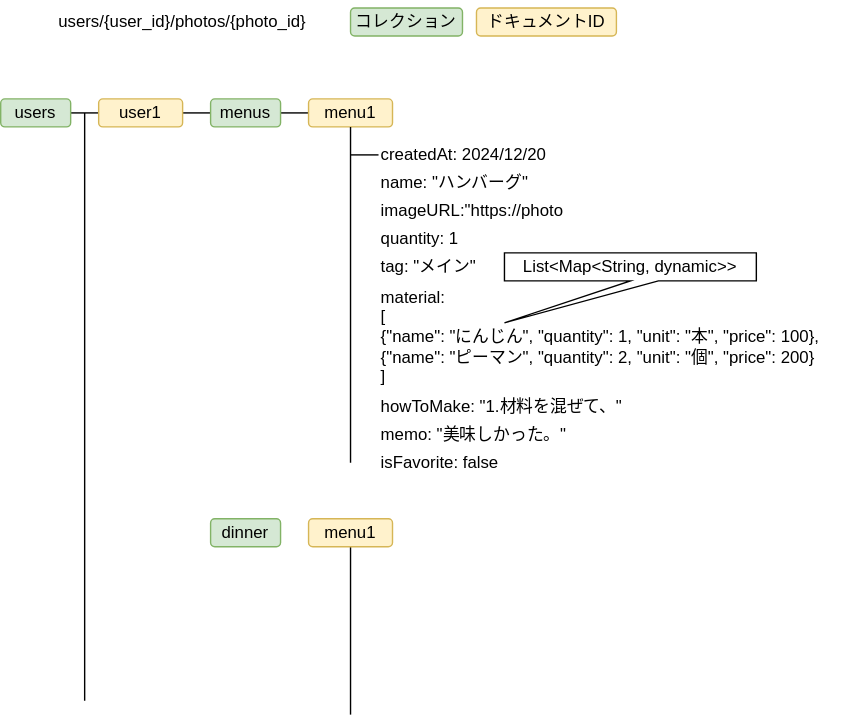
maki1125/menu keeps this draw.io diagram as DB.drawio.svg. Above is the earlier version. Source tidied: cells renumbered, new cells last; positions are measured from the earlier drawing's top-left corner, leaving out a move shared by most shapes.
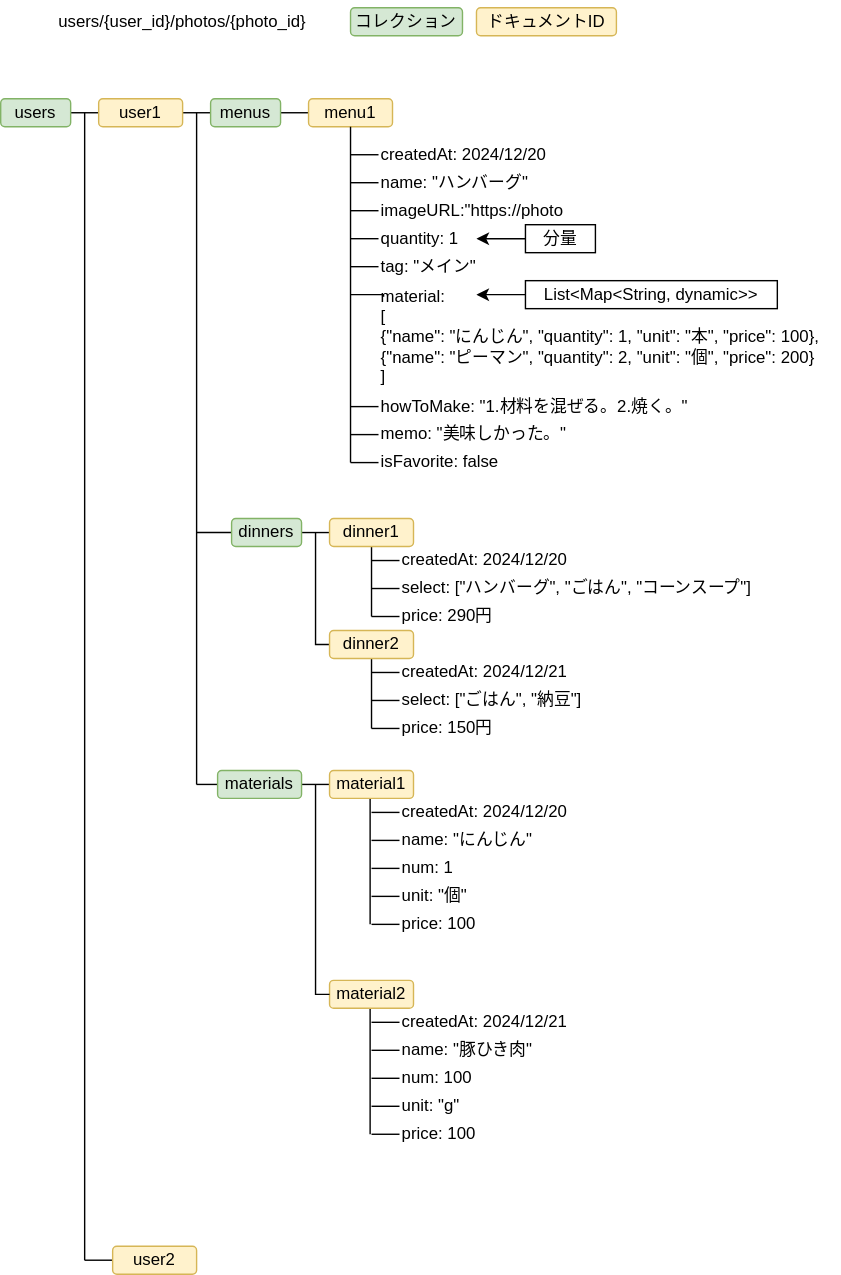
After the commit.

Commit message:
DB.drawio.svg を更新します

Diff of the diagram source:
```diff
@@ -28,3 +28,3 @@
       <mxGeometry relative="1" as="geometry">
-        <mxPoint x="60" y="500" as="sourcePoint" />
+        <mxPoint x="60" y="900" as="sourcePoint" />
         <mxPoint x="60" y="80" as="targetPoint" />
@@ -49,2 +49,7 @@
     </mxCell>
+    <mxCell id="29" style="edgeStyle=orthogonalEdgeStyle;rounded=0;jettySize=auto;html=1;exitX=0;exitY=0.5;exitDx=0;exitDy=0;endArrow=none;endFill=0;" parent="1" edge="1" source="14">
+      <mxGeometry relative="1" as="geometry">
+        <mxPoint x="250" y="150" as="targetPoint" />
+      </mxGeometry>
+    </mxCell>
     <mxCell id="14" value="imageURL:&quot;https://photo" style="text;html=1;align=left;verticalAlign=middle;whiteSpace=wrap;rounded=0;" parent="1" vertex="1">
@@ -52,2 +57,7 @@
     </mxCell>
+    <mxCell id="30" style="edgeStyle=orthogonalEdgeStyle;rounded=0;jettySize=auto;html=1;exitX=0;exitY=0.5;exitDx=0;exitDy=0;endArrow=none;endFill=0;" parent="1" edge="1" source="15">
+      <mxGeometry relative="1" as="geometry">
+        <mxPoint x="250" y="330" as="targetPoint" />
+      </mxGeometry>
+    </mxCell>
     <mxCell id="15" value="isFavorite: false" style="text;html=1;align=left;verticalAlign=middle;whiteSpace=wrap;rounded=0;" parent="1" vertex="1">
@@ -61,2 +71,7 @@
     </mxCell>
+    <mxCell id="31" style="edgeStyle=orthogonalEdgeStyle;rounded=0;jettySize=auto;html=1;exitX=0;exitY=0.5;exitDx=0;exitDy=0;endArrow=none;endFill=0;" parent="1" edge="1" source="18">
+      <mxGeometry relative="1" as="geometry">
+        <mxPoint x="250" y="130" as="targetPoint" />
+      </mxGeometry>
+    </mxCell>
     <mxCell id="18" value="name: &quot;ハンバーグ&quot;" style="text;html=1;align=left;verticalAlign=middle;whiteSpace=wrap;rounded=0;" parent="1" vertex="1">
@@ -64,2 +79,7 @@
     </mxCell>
+    <mxCell id="32" style="edgeStyle=orthogonalEdgeStyle;rounded=0;jettySize=auto;html=1;exitX=0;exitY=0.5;exitDx=0;exitDy=0;endArrow=none;endFill=0;" parent="1" edge="1" source="19">
+      <mxGeometry relative="1" as="geometry">
+        <mxPoint x="250" y="170" as="targetPoint" />
+      </mxGeometry>
+    </mxCell>
     <mxCell id="19" value="quantity: 1" style="text;html=1;align=left;verticalAlign=middle;whiteSpace=wrap;rounded=0;" parent="1" vertex="1">
@@ -67,2 +87,7 @@
     </mxCell>
+    <mxCell id="33" style="edgeStyle=orthogonalEdgeStyle;rounded=0;jettySize=auto;html=1;exitX=0;exitY=0.5;exitDx=0;exitDy=0;endArrow=none;endFill=0;" parent="1" edge="1" source="20">
+      <mxGeometry relative="1" as="geometry">
+        <mxPoint x="250" y="190" as="targetPoint" />
+      </mxGeometry>
+    </mxCell>
     <mxCell id="20" value="tag: &quot;メイン&quot;" style="text;html=1;align=left;verticalAlign=middle;whiteSpace=wrap;rounded=0;" parent="1" vertex="1">
@@ -70,5 +95,15 @@
     </mxCell>
+    <mxCell id="34" style="edgeStyle=orthogonalEdgeStyle;rounded=0;jettySize=auto;html=1;exitX=0;exitY=0.5;exitDx=0;exitDy=0;endArrow=none;endFill=0;" parent="1" edge="1" source="21">
+      <mxGeometry relative="1" as="geometry">
+        <mxPoint x="250" y="290" as="targetPoint" />
+      </mxGeometry>
+    </mxCell>
-    <mxCell id="21" value="howToMake: &quot;1.材料を混ぜて、&quot;" style="text;html=1;align=left;verticalAlign=middle;whiteSpace=wrap;rounded=0;" parent="1" vertex="1">
-      <mxGeometry x="270" y="280" width="200" height="20" as="geometry" />
+    <mxCell id="21" value="howToMake: &quot;1.材料を混ぜる。2.焼く。&quot;" style="text;html=1;align=left;verticalAlign=middle;whiteSpace=wrap;rounded=0;" parent="1" vertex="1">
+      <mxGeometry x="270" y="280" width="240" height="20" as="geometry" />
     </mxCell>
+    <mxCell id="35" style="edgeStyle=orthogonalEdgeStyle;rounded=0;jettySize=auto;html=1;exitX=0;exitY=0.5;exitDx=0;exitDy=0;endArrow=none;endFill=0;" parent="1" edge="1" source="22">
+      <mxGeometry relative="1" as="geometry">
+        <mxPoint x="250" y="310" as="targetPoint" />
+      </mxGeometry>
+    </mxCell>
     <mxCell id="22" value="memo: &quot;美味しかった。&quot;" style="text;html=1;align=left;verticalAlign=middle;whiteSpace=wrap;rounded=0;" parent="1" vertex="1">
@@ -81,2 +116,10 @@
     </mxCell>
+    <mxCell id="36" style="edgeStyle=orthogonalEdgeStyle;rounded=0;jettySize=auto;html=1;exitX=0.011;exitY=0.144;exitDx=0;exitDy=0;endArrow=none;endFill=0;exitPerimeter=0;" parent="1" edge="1" source="24">
+      <mxGeometry relative="1" as="geometry">
+        <mxPoint x="250" y="210" as="targetPoint" />
+        <Array as="points">
+          <mxPoint x="274" y="210" />
+        </Array>
+      </mxGeometry>
+    </mxCell>
     <mxCell id="24" value="material:&amp;nbsp;&lt;div&gt;[&lt;br&gt;  {&quot;name&quot;: &quot;にんじん&quot;, &quot;quantity&quot;: 1, &quot;unit&quot;: &quot;本&quot;, &quot;price&quot;: 100},&lt;br&gt;  {&quot;name&quot;: &quot;ピーマン&quot;, &quot;quantity&quot;: 2, &quot;unit&quot;: &quot;個&quot;, &quot;price&quot;: 200}&lt;br&gt;]&lt;/div&gt;" style="text;html=1;align=left;verticalAlign=middle;whiteSpace=wrap;rounded=0;" parent="1" vertex="1">
@@ -84,16 +127,228 @@
     </mxCell>
-    <mxCell id="25" value="List&amp;lt;Map&amp;lt;String, dynamic&amp;gt;&amp;gt;" style="shape=callout;whiteSpace=wrap;html=1;perimeter=calloutPerimeter;position2=0;base=20;" parent="1" vertex="1">
-      <mxGeometry x="360" y="180" width="180" height="50" as="geometry" />
-    </mxCell>
+    <mxCell id="37" style="edgeStyle=orthogonalEdgeStyle;rounded=0;jettySize=auto;html=1;exitX=1;exitY=0.5;exitDx=0;exitDy=0;entryX=0;entryY=0.5;entryDx=0;entryDy=0;endArrow=none;endFill=0;" parent="1" edge="1" source="26" target="28">
+      <mxGeometry relative="1" as="geometry" />
+    </mxCell>
+    <mxCell id="38" style="edgeStyle=orthogonalEdgeStyle;rounded=0;jettySize=auto;html=1;exitX=0;exitY=0.5;exitDx=0;exitDy=0;endArrow=none;endFill=0;" parent="1" edge="1" source="26">
+      <mxGeometry relative="1" as="geometry">
+        <mxPoint x="140" y="380" as="targetPoint" />
+      </mxGeometry>
+    </mxCell>
-    <mxCell id="26" value="dinner" style="rounded=1;whiteSpace=wrap;html=1;fillColor=#d5e8d4;strokeColor=#82b366;" parent="1" vertex="1">
-      <mxGeometry x="150" y="370" width="50" height="20" as="geometry" />
+    <mxCell id="26" value="dinners" style="rounded=1;whiteSpace=wrap;html=1;fillColor=#d5e8d4;strokeColor=#82b366;" parent="1" vertex="1">
+      <mxGeometry x="165" y="370" width="50" height="20" as="geometry" />
     </mxCell>
-    <mxCell id="27" style="edgeStyle=orthogonalEdgeStyle;rounded=0;jettySize=auto;html=1;endArrow=none;endFill=0;" parent="1" edge="1" source="28">
+    <mxCell id="27" style="edgeStyle=orthogonalEdgeStyle;rounded=0;jettySize=auto;html=1;endArrow=none;endFill=0;exitX=0.5;exitY=1;exitDx=0;exitDy=0;" parent="1" edge="1" source="28">
       <mxGeometry relative="1" as="geometry">
-        <mxPoint x="250" y="510" as="targetPoint" />
+        <mxPoint x="265" y="440" as="targetPoint" />
       </mxGeometry>
     </mxCell>
-    <mxCell id="28" value="menu1" style="rounded=1;whiteSpace=wrap;html=1;fillColor=#fff2cc;strokeColor=#d6b656;" parent="1" vertex="1">
-      <mxGeometry x="220" y="370" width="60" height="20" as="geometry" />
+    <mxCell id="28" value="dinner1" style="rounded=1;whiteSpace=wrap;html=1;fillColor=#fff2cc;strokeColor=#d6b656;" parent="1" vertex="1">
+      <mxGeometry x="235" y="370" width="60" height="20" as="geometry" />
     </mxCell>
+    <mxCell id="39" style="edgeStyle=orthogonalEdgeStyle;rounded=0;jettySize=auto;html=1;exitX=0;exitY=0.5;exitDx=0;exitDy=0;endArrow=none;endFill=0;" parent="1" edge="1" source="40">
+      <mxGeometry relative="1" as="geometry">
+        <mxPoint x="265" y="400" as="targetPoint" />
+      </mxGeometry>
+    </mxCell>
+    <mxCell id="40" value="createdAt: 2024/12/20" style="text;html=1;align=left;verticalAlign=middle;whiteSpace=wrap;rounded=0;" parent="1" vertex="1">
+      <mxGeometry x="285" y="390" width="140" height="20" as="geometry" />
+    </mxCell>
+    <mxCell id="41" style="edgeStyle=orthogonalEdgeStyle;rounded=0;jettySize=auto;html=1;endArrow=none;endFill=0;" parent="1" edge="1" source="42">
+      <mxGeometry relative="1" as="geometry">
+        <mxPoint x="265" y="420" as="targetPoint" />
+      </mxGeometry>
+    </mxCell>
+    <mxCell id="42" value="select: [&quot;ハンバーグ&quot;, &quot;ごはん&quot;, &quot;コーンスープ&quot;]" style="text;html=1;align=left;verticalAlign=middle;whiteSpace=wrap;rounded=0;" parent="1" vertex="1">
+      <mxGeometry x="285" y="410" width="270" height="20" as="geometry" />
+    </mxCell>
+    <mxCell id="43" style="edgeStyle=orthogonalEdgeStyle;rounded=0;jettySize=auto;html=1;exitX=1;exitY=0.5;exitDx=0;exitDy=0;entryX=0;entryY=0.5;entryDx=0;entryDy=0;endArrow=none;endFill=0;" parent="1" edge="1" source="45" target="47">
+      <mxGeometry relative="1" as="geometry" />
+    </mxCell>
+    <mxCell id="44" style="edgeStyle=orthogonalEdgeStyle;rounded=0;jettySize=auto;html=1;exitX=0;exitY=0.5;exitDx=0;exitDy=0;endArrow=none;endFill=0;" parent="1" edge="1" source="45">
+      <mxGeometry relative="1" as="geometry">
+        <mxPoint x="140" y="560" as="targetPoint" />
+      </mxGeometry>
+    </mxCell>
+    <mxCell id="45" value="materials" style="rounded=1;whiteSpace=wrap;html=1;fillColor=#d5e8d4;strokeColor=#82b366;" parent="1" vertex="1">
+      <mxGeometry x="155" y="550" width="60" height="20" as="geometry" />
+    </mxCell>
+    <mxCell id="46" style="edgeStyle=orthogonalEdgeStyle;rounded=0;orthogonalLoop=1;jettySize=auto;html=1;endArrow=none;endFill=0;exitX=0.5;exitY=1;exitDx=0;exitDy=0;" parent="1" edge="1">
+      <mxGeometry relative="1" as="geometry">
+        <mxPoint x="264" y="570" as="sourcePoint" />
+        <mxPoint x="264" y="660" as="targetPoint" />
+      </mxGeometry>
+    </mxCell>
+    <mxCell id="47" value="material1" style="rounded=1;whiteSpace=wrap;html=1;fillColor=#fff2cc;strokeColor=#d6b656;" parent="1" vertex="1">
+      <mxGeometry x="235" y="550" width="60" height="20" as="geometry" />
+    </mxCell>
+    <mxCell id="48" style="edgeStyle=orthogonalEdgeStyle;rounded=0;jettySize=auto;html=1;exitX=0;exitY=0.5;exitDx=0;exitDy=0;endArrow=none;endFill=0;" parent="1" edge="1" source="49">
+      <mxGeometry relative="1" as="geometry">
+        <mxPoint x="265" y="580" as="targetPoint" />
+      </mxGeometry>
+    </mxCell>
+    <mxCell id="49" value="createdAt: 2024/12/20" style="text;html=1;align=left;verticalAlign=middle;whiteSpace=wrap;rounded=0;" parent="1" vertex="1">
+      <mxGeometry x="285" y="570" width="140" height="20" as="geometry" />
+    </mxCell>
+    <mxCell id="50" style="edgeStyle=orthogonalEdgeStyle;rounded=0;jettySize=auto;html=1;exitX=0;exitY=0.5;exitDx=0;exitDy=0;endArrow=none;endFill=0;" parent="1" edge="1" source="51">
+      <mxGeometry relative="1" as="geometry">
+        <mxPoint x="265" y="600" as="targetPoint" />
+      </mxGeometry>
+    </mxCell>
+    <mxCell id="51" value="name: &quot;にんじん&quot;" style="text;html=1;align=left;verticalAlign=middle;whiteSpace=wrap;rounded=0;" parent="1" vertex="1">
+      <mxGeometry x="285" y="590" width="120" height="20" as="geometry" />
+    </mxCell>
+    <mxCell id="52" style="edgeStyle=orthogonalEdgeStyle;rounded=0;jettySize=auto;html=1;exitX=0;exitY=0.5;exitDx=0;exitDy=0;endArrow=none;endFill=0;" parent="1" edge="1" source="53">
+      <mxGeometry relative="1" as="geometry">
+        <mxPoint x="265" y="620" as="targetPoint" />
+      </mxGeometry>
+    </mxCell>
+    <mxCell id="53" value="num: 1" style="text;html=1;align=left;verticalAlign=middle;whiteSpace=wrap;rounded=0;" parent="1" vertex="1">
+      <mxGeometry x="285" y="610" width="70" height="20" as="geometry" />
+    </mxCell>
+    <mxCell id="54" style="edgeStyle=orthogonalEdgeStyle;rounded=0;jettySize=auto;html=1;exitX=0;exitY=0.5;exitDx=0;exitDy=0;endArrow=none;endFill=0;" parent="1" edge="1" source="55">
+      <mxGeometry relative="1" as="geometry">
+        <mxPoint x="265" y="640" as="targetPoint" />
+      </mxGeometry>
+    </mxCell>
+    <mxCell id="55" value="unit: &quot;個&quot;" style="text;html=1;align=left;verticalAlign=middle;whiteSpace=wrap;rounded=0;" parent="1" vertex="1">
+      <mxGeometry x="285" y="630" width="80" height="20" as="geometry" />
+    </mxCell>
+    <mxCell id="56" style="edgeStyle=orthogonalEdgeStyle;rounded=0;jettySize=auto;html=1;exitX=0;exitY=0.5;exitDx=0;exitDy=0;endArrow=none;endFill=0;" parent="1" edge="1" source="57">
+      <mxGeometry relative="1" as="geometry">
+        <mxPoint x="265" y="660" as="targetPoint" />
+      </mxGeometry>
+    </mxCell>
+    <mxCell id="57" value="price: 100" style="text;html=1;align=left;verticalAlign=middle;whiteSpace=wrap;rounded=0;" parent="1" vertex="1">
+      <mxGeometry x="285" y="650" width="80" height="20" as="geometry" />
+    </mxCell>
+    <mxCell id="58" style="edgeStyle=orthogonalEdgeStyle;rounded=0;orthogonalLoop=1;jettySize=auto;html=1;endArrow=none;endFill=0;exitX=0.5;exitY=1;exitDx=0;exitDy=0;" parent="1" edge="1">
+      <mxGeometry relative="1" as="geometry">
+        <mxPoint x="264" y="720" as="sourcePoint" />
+        <mxPoint x="264" y="810" as="targetPoint" />
+      </mxGeometry>
+    </mxCell>
+    <mxCell id="59" value="material2" style="rounded=1;whiteSpace=wrap;html=1;fillColor=#fff2cc;strokeColor=#d6b656;" parent="1" vertex="1">
+      <mxGeometry x="235" y="700" width="60" height="20" as="geometry" />
+    </mxCell>
+    <mxCell id="60" style="edgeStyle=orthogonalEdgeStyle;rounded=0;jettySize=auto;html=1;exitX=0;exitY=0.5;exitDx=0;exitDy=0;endArrow=none;endFill=0;" parent="1" edge="1" source="61">
+      <mxGeometry relative="1" as="geometry">
+        <mxPoint x="265" y="730" as="targetPoint" />
+      </mxGeometry>
+    </mxCell>
+    <mxCell id="61" value="createdAt: 2024/12/21" style="text;html=1;align=left;verticalAlign=middle;whiteSpace=wrap;rounded=0;" parent="1" vertex="1">
+      <mxGeometry x="285" y="720" width="140" height="20" as="geometry" />
+    </mxCell>
+    <mxCell id="62" style="edgeStyle=orthogonalEdgeStyle;rounded=0;jettySize=auto;html=1;exitX=0;exitY=0.5;exitDx=0;exitDy=0;endArrow=none;endFill=0;" parent="1" edge="1" source="63">
+      <mxGeometry relative="1" as="geometry">
+        <mxPoint x="265" y="750" as="targetPoint" />
+      </mxGeometry>
+    </mxCell>
+    <mxCell id="63" value="name: &quot;豚ひき肉&quot;" style="text;html=1;align=left;verticalAlign=middle;whiteSpace=wrap;rounded=0;" parent="1" vertex="1">
+      <mxGeometry x="285" y="740" width="120" height="20" as="geometry" />
+    </mxCell>
+    <mxCell id="64" style="edgeStyle=orthogonalEdgeStyle;rounded=0;orthogonalLoop=1;jettySize=auto;html=1;exitX=0;exitY=0.5;exitDx=0;exitDy=0;endArrow=none;endFill=0;" parent="1" edge="1">
+      <mxGeometry relative="1" as="geometry">
+        <mxPoint x="285" y="770" as="sourcePoint" />
+        <mxPoint x="265" y="770" as="targetPoint" />
+      </mxGeometry>
+    </mxCell>
+    <mxCell id="65" style="edgeStyle=orthogonalEdgeStyle;rounded=0;jettySize=auto;html=1;exitX=0;exitY=0.5;exitDx=0;exitDy=0;endArrow=none;endFill=0;" parent="1" edge="1" source="66">
+      <mxGeometry relative="1" as="geometry">
+        <mxPoint x="265" y="790" as="targetPoint" />
+      </mxGeometry>
+    </mxCell>
+    <mxCell id="66" value="unit: &quot;g&quot;" style="text;html=1;align=left;verticalAlign=middle;whiteSpace=wrap;rounded=0;" parent="1" vertex="1">
+      <mxGeometry x="285" y="780" width="80" height="20" as="geometry" />
+    </mxCell>
+    <mxCell id="67" style="edgeStyle=orthogonalEdgeStyle;rounded=0;jettySize=auto;html=1;exitX=0;exitY=0.5;exitDx=0;exitDy=0;endArrow=none;endFill=0;" parent="1" edge="1" source="68">
+      <mxGeometry relative="1" as="geometry">
+        <mxPoint x="265" y="810" as="targetPoint" />
+      </mxGeometry>
+    </mxCell>
+    <mxCell id="68" value="price: 100" style="text;html=1;align=left;verticalAlign=middle;whiteSpace=wrap;rounded=0;" parent="1" vertex="1">
+      <mxGeometry x="285" y="800" width="80" height="20" as="geometry" />
+    </mxCell>
+    <mxCell id="69" style="endArrow=none;html=1;rounded=0;edgeStyle=orthogonalEdgeStyle;exitX=0;exitY=0.5;exitDx=0;exitDy=0;" parent="1" edge="1" source="59">
+      <mxGeometry relative="1" as="geometry">
+        <mxPoint x="225" y="560" as="targetPoint" />
+      </mxGeometry>
+    </mxCell>
+    <mxCell id="70" value="num: 100" style="text;html=1;align=left;verticalAlign=middle;whiteSpace=wrap;rounded=0;" parent="1" vertex="1">
+      <mxGeometry x="285" y="760" width="70" height="20" as="geometry" />
+    </mxCell>
+    <mxCell id="25" value="List&amp;lt;Map&amp;lt;String, dynamic&amp;gt;&amp;gt;" style="rounded=0;whiteSpace=wrap;html=1;" parent="1" vertex="1">
+      <mxGeometry x="375" y="200" width="180" height="20" as="geometry" />
+    </mxCell>
+    <mxCell id="71" style="endArrow=classic;html=1;rounded=0;exitX=0;exitY=0.5;exitDx=0;exitDy=0;entryX=0.212;entryY=0.125;entryDx=0;entryDy=0;entryPerimeter=0;" parent="1" edge="1" source="25" target="24">
+      <mxGeometry relative="1" as="geometry" />
+    </mxCell>
+    <mxCell id="72" value="分量" style="rounded=0;whiteSpace=wrap;html=1;" parent="1" vertex="1">
+      <mxGeometry x="375" y="160" width="50" height="20" as="geometry" />
+    </mxCell>
+    <mxCell id="73" style="endArrow=classic;html=1;rounded=0;exitX=0;exitY=0.5;exitDx=0;exitDy=0;" parent="1" edge="1" source="72">
+      <mxGeometry relative="1" as="geometry">
+        <mxPoint x="340" y="170" as="targetPoint" />
+      </mxGeometry>
+    </mxCell>
+    <mxCell id="74" style="edgeStyle=orthogonalEdgeStyle;rounded=0;jettySize=auto;html=1;exitX=0;exitY=0.5;exitDx=0;exitDy=0;endArrow=none;endFill=0;" parent="1" edge="1" source="75">
+      <mxGeometry relative="1" as="geometry">
+        <mxPoint x="265" y="440" as="targetPoint" />
+      </mxGeometry>
+    </mxCell>
+    <mxCell id="75" value="price: 290円" style="text;html=1;align=left;verticalAlign=middle;whiteSpace=wrap;rounded=0;" parent="1" vertex="1">
+      <mxGeometry x="285" y="430" width="270" height="20" as="geometry" />
+    </mxCell>
+    <mxCell id="76" style="edgeStyle=orthogonalEdgeStyle;rounded=0;jettySize=auto;html=1;entryX=0;entryY=0.5;entryDx=0;entryDy=0;endArrow=none;endFill=0;" parent="1" edge="1" target="78">
+      <mxGeometry relative="1" as="geometry">
+        <mxPoint x="225" y="380" as="sourcePoint" />
+        <Array as="points">
+          <mxPoint x="225" y="460" />
+        </Array>
+      </mxGeometry>
+    </mxCell>
+    <mxCell id="77" style="edgeStyle=orthogonalEdgeStyle;rounded=0;jettySize=auto;html=1;endArrow=none;endFill=0;exitX=0.5;exitY=1;exitDx=0;exitDy=0;" parent="1" edge="1" source="78">
+      <mxGeometry relative="1" as="geometry">
+        <mxPoint x="265" y="520" as="targetPoint" />
+      </mxGeometry>
+    </mxCell>
+    <mxCell id="78" value="dinner2" style="rounded=1;whiteSpace=wrap;html=1;fillColor=#fff2cc;strokeColor=#d6b656;" parent="1" vertex="1">
+      <mxGeometry x="235" y="450" width="60" height="20" as="geometry" />
+    </mxCell>
+    <mxCell id="79" style="edgeStyle=orthogonalEdgeStyle;rounded=0;jettySize=auto;html=1;exitX=0;exitY=0.5;exitDx=0;exitDy=0;endArrow=none;endFill=0;" parent="1" edge="1" source="80">
+      <mxGeometry relative="1" as="geometry">
+        <mxPoint x="265" y="480" as="targetPoint" />
+      </mxGeometry>
+    </mxCell>
+    <mxCell id="80" value="createdAt: 2024/12/21" style="text;html=1;align=left;verticalAlign=middle;whiteSpace=wrap;rounded=0;" parent="1" vertex="1">
+      <mxGeometry x="285" y="470" width="140" height="20" as="geometry" />
+    </mxCell>
+    <mxCell id="81" style="edgeStyle=orthogonalEdgeStyle;rounded=0;jettySize=auto;html=1;endArrow=none;endFill=0;" parent="1" edge="1" source="82">
+      <mxGeometry relative="1" as="geometry">
+        <mxPoint x="265" y="500" as="targetPoint" />
+      </mxGeometry>
+    </mxCell>
+    <mxCell id="82" value="select: [&quot;ごはん&quot;, &quot;納豆&quot;]" style="text;html=1;align=left;verticalAlign=middle;whiteSpace=wrap;rounded=0;" parent="1" vertex="1">
+      <mxGeometry x="285" y="490" width="270" height="20" as="geometry" />
+    </mxCell>
+    <mxCell id="83" style="edgeStyle=orthogonalEdgeStyle;rounded=0;jettySize=auto;html=1;exitX=0;exitY=0.5;exitDx=0;exitDy=0;endArrow=none;endFill=0;" parent="1" edge="1" source="84">
+      <mxGeometry relative="1" as="geometry">
+        <mxPoint x="265" y="520" as="targetPoint" />
+      </mxGeometry>
+    </mxCell>
+    <mxCell id="84" value="price: 150円" style="text;html=1;align=left;verticalAlign=middle;whiteSpace=wrap;rounded=0;" parent="1" vertex="1">
+      <mxGeometry x="285" y="510" width="270" height="20" as="geometry" />
+    </mxCell>
+    <mxCell id="85" style="endArrow=none;html=1;rounded=0;" parent="1" edge="1">
+      <mxGeometry relative="1" as="geometry">
+        <mxPoint x="140" y="560" as="sourcePoint" />
+        <mxPoint x="140" y="80" as="targetPoint" />
+      </mxGeometry>
+    </mxCell>
+    <mxCell id="86" style="edgeStyle=orthogonalEdgeStyle;rounded=0;jettySize=auto;html=1;exitX=0;exitY=0.5;exitDx=0;exitDy=0;endArrow=none;endFill=0;" parent="1" edge="1" source="87">
+      <mxGeometry relative="1" as="geometry">
+        <mxPoint x="60" y="900" as="targetPoint" />
+      </mxGeometry>
+    </mxCell>
+    <mxCell id="87" value="user2" style="rounded=1;whiteSpace=wrap;html=1;fillColor=#fff2cc;strokeColor=#d6b656;" parent="1" vertex="1">
+      <mxGeometry x="80" y="890" width="60" height="20" as="geometry" />
+    </mxCell>
   </root>
```
